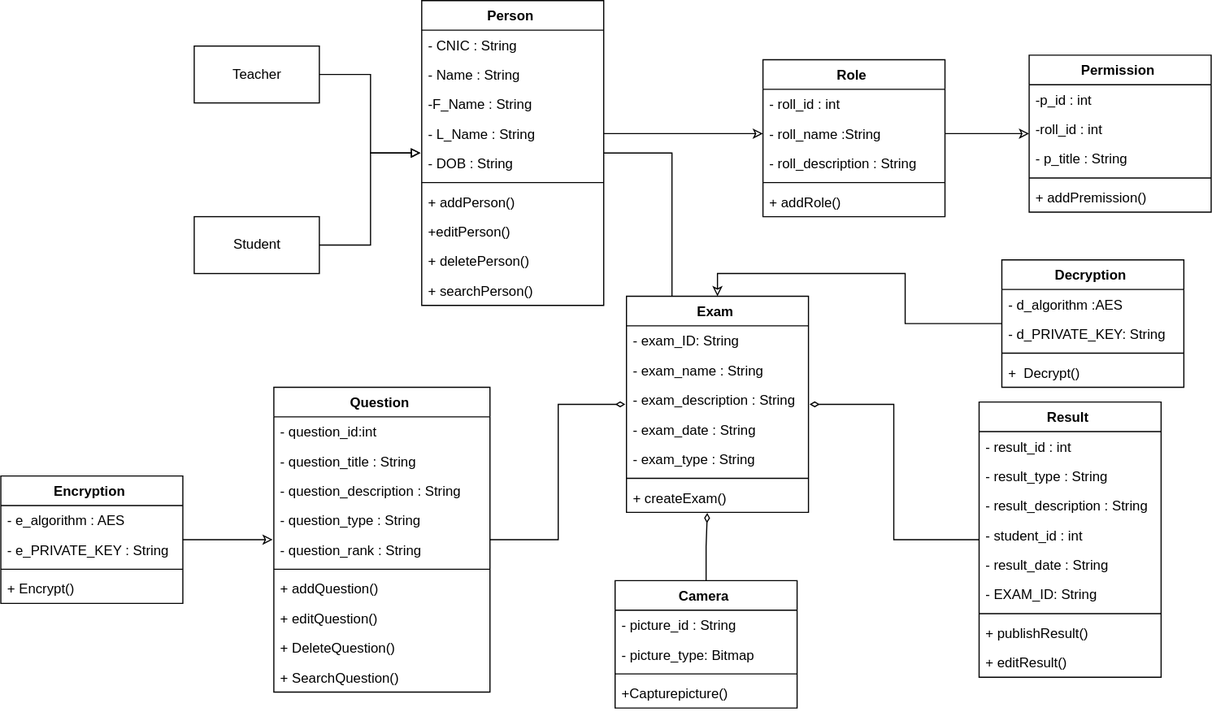
The draw.io diagram Class Diagram.drawio.svg in Zaeem6100/FYP-Documents, before a commit. Source tidied: cells renumbered, new cells last; positions are measured from the earlier drawing's top-left corner, leaving out a move shared by most shapes.
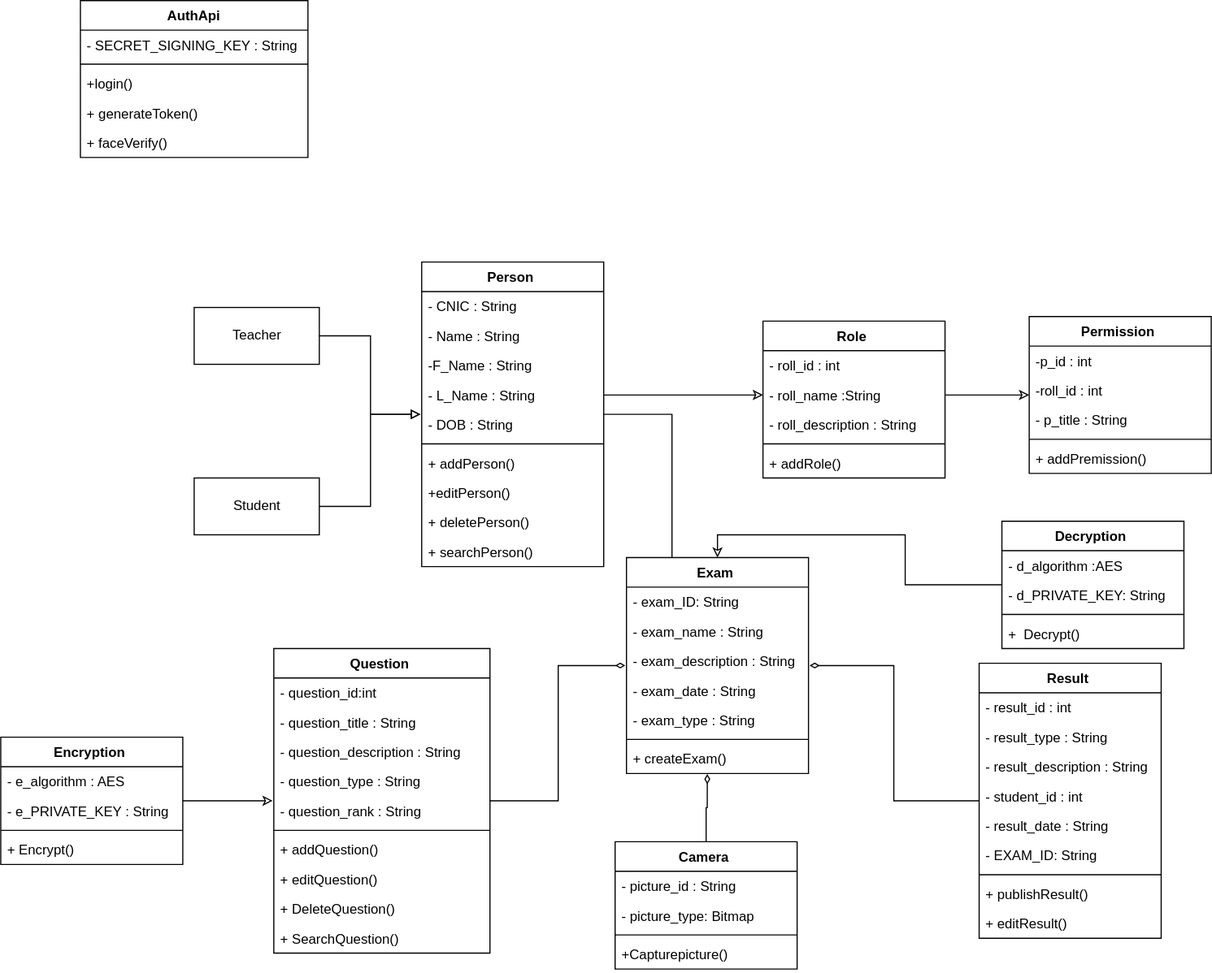
The same diagram one commit later.

What changed in the source:
```diff
@@ -239,5 +239,23 @@
     <mxCell id="80" style="edgeStyle=orthogonalEdgeStyle;rounded=0;sketch=0;jumpSize=17;jettySize=auto;html=1;entryX=0;entryY=0.5;entryDx=0;entryDy=0;shadow=0;endArrow=classic;endFill=0;targetPerimeterSpacing=1;strokeColor=#000000;strokeWidth=1;" parent="1" edge="1" source="65" target="69">
       <mxGeometry relative="1" as="geometry" />
     </mxCell>
+    <mxCell id="81" value="AuthApi" style="swimlane;fontStyle=1;align=center;verticalAlign=top;horizontal=1;startSize=26;" parent="1" vertex="1">
+      <mxGeometry x="70" y="-230" width="200" height="138" as="geometry" />
+    </mxCell>
+    <mxCell id="82" value="- SECRET_SIGNING_KEY : String" style="text;strokeColor=none;fillColor=none;align=left;verticalAlign=top;spacingLeft=4;spacingRight=4;overflow=hidden;" parent="81" vertex="1">
+      <mxGeometry y="26" width="200" height="26" as="geometry" />
+    </mxCell>
+    <mxCell id="83" style="line;strokeWidth=1;fillColor=none;align=left;verticalAlign=middle;spacingTop=-1;spacingLeft=3;spacingRight=3;labelPosition=right;" parent="81" vertex="1">
+      <mxGeometry y="52" width="200" height="8" as="geometry" />
+    </mxCell>
+    <mxCell id="84" value="+login()" style="text;strokeColor=none;fillColor=none;align=left;verticalAlign=top;spacingLeft=4;spacingRight=4;overflow=hidden;" parent="81" vertex="1">
+      <mxGeometry y="60" width="200" height="26" as="geometry" />
+    </mxCell>
+    <mxCell id="85" value="+ generateToken()" style="text;strokeColor=none;fillColor=none;align=left;verticalAlign=top;spacingLeft=4;spacingRight=4;overflow=hidden;" parent="81" vertex="1">
+      <mxGeometry y="86" width="200" height="26" as="geometry" />
+    </mxCell>
+    <mxCell id="86" value="+ faceVerify()" style="text;strokeColor=none;fillColor=none;align=left;verticalAlign=top;spacingLeft=4;spacingRight=4;overflow=hidden;" parent="81" vertex="1">
+      <mxGeometry y="112" width="200" height="26" as="geometry" />
+    </mxCell>
   </root>
 </mxGraphModel>
```
